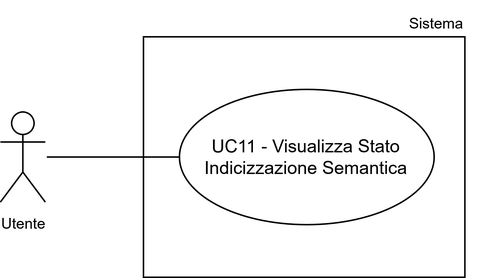
Before: assets/uml/UC11.png, a diagram exported from draw.io (7-ZPUs/Docs). Source tidied: cells renumbered, new cells last; positions are measured from the earlier drawing's top-left corner, leaving out a move shared by most shapes.
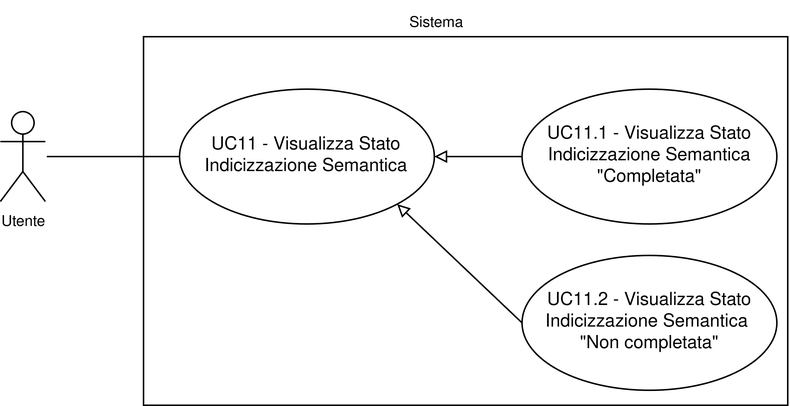
The same diagram one commit later.

Change to the diagram source:
```diff
@@ -3,7 +3,7 @@
     <mxCell id="0" />
     <mxCell id="1" parent="0" />
     <mxCell id="2" style="whiteSpace=wrap;html=1;" parent="1" vertex="1">
-      <mxGeometry x="95.2" y="24" width="214.5" height="160" as="geometry" />
+      <mxGeometry x="95.2" y="24" width="429.8" height="246" as="geometry" />
     </mxCell>
     <mxCell id="3" value="&lt;font style=&quot;font-size: 10px;&quot;&gt;Utente&lt;/font&gt;" style="shape=umlActor;verticalLabelPosition=bottom;verticalAlign=top;html=1;" parent="1" vertex="1">
       <mxGeometry x="-0.2" y="74" width="30" height="60" as="geometry" />
@@ -19,5 +19,17 @@
     <mxCell id="6" value="UC11 - Visualizza Stato Indicizzazione Semantica" style="ellipse;whiteSpace=wrap;html=1;" parent="1" vertex="1">
       <mxGeometry x="119.2" y="59" width="170" height="90" as="geometry" />
     </mxCell>
+    <mxCell id="7" value="UC11.1 - Visualizza Stato Indicizzazione Semantica &quot;Completata&quot;" style="ellipse;whiteSpace=wrap;html=1;" parent="1" vertex="1">
+      <mxGeometry x="347.8" y="59" width="170" height="90" as="geometry" />
+    </mxCell>
+    <mxCell id="8" value="&lt;div&gt;UC11.2 - Visualizza Stato Indicizzazione Semantica&amp;nbsp;&lt;/div&gt;&lt;div&gt;&quot;Non completata&quot;&lt;/div&gt;" style="ellipse;whiteSpace=wrap;html=1;" parent="1" vertex="1">
+      <mxGeometry x="347.8" y="170" width="170" height="90" as="geometry" />
+    </mxCell>
+    <mxCell id="9" style="endArrow=block;html=1;rounded=0;entryX=1;entryY=0.5;entryDx=0;entryDy=0;exitX=0;exitY=0.5;exitDx=0;exitDy=0;endFill=0;" parent="1" edge="1" source="7" target="6">
+      <mxGeometry relative="1" as="geometry" />
+    </mxCell>
+    <mxCell id="10" style="endArrow=block;html=1;rounded=0;entryX=1;entryY=1;entryDx=0;entryDy=0;exitX=0;exitY=0.5;exitDx=0;exitDy=0;endFill=0;" parent="1" edge="1" source="8" target="6">
+      <mxGeometry relative="1" as="geometry" />
+    </mxCell>
   </root>
 </mxGraphModel>
```
